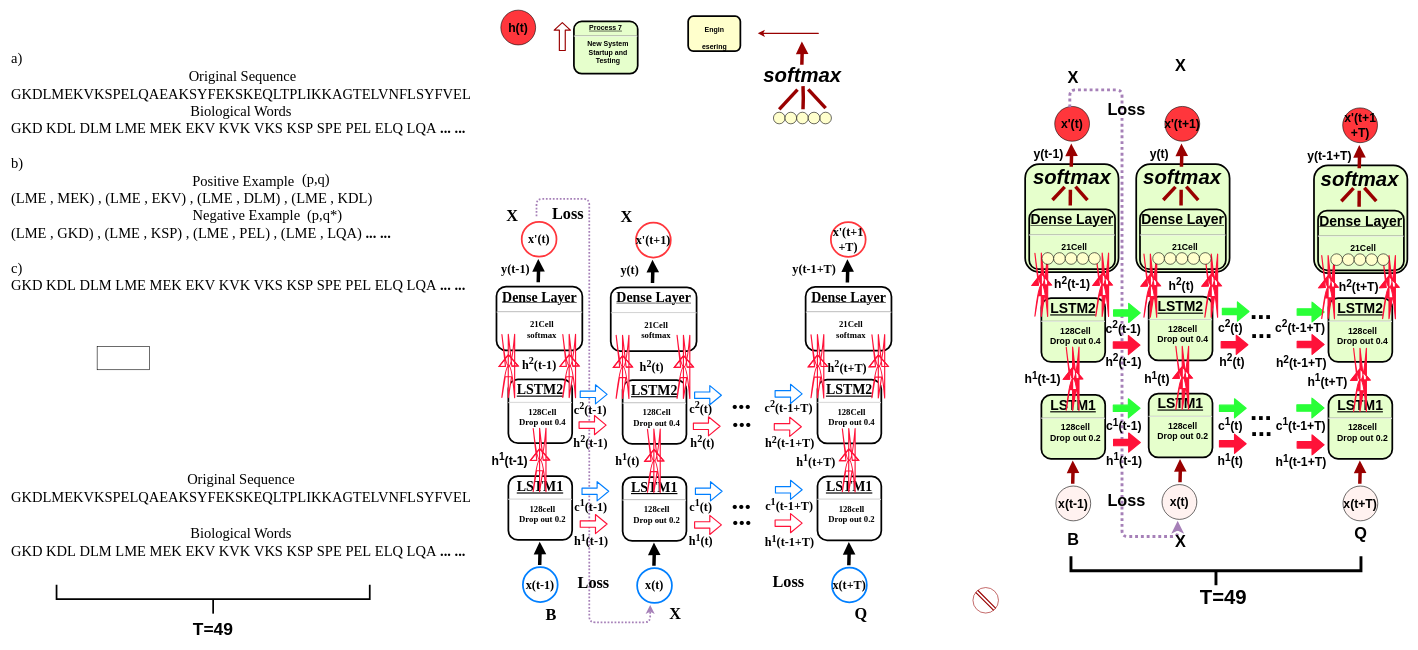
This is Untitled Diagram.drawio from chenjgui/Flow-chat, a draw.io file, before an edit. Source tidied: cells renumbered, new cells numbered last; positions are measured from the earlier drawing's top-left corner, leaving out a move shared by most shapes. Both pictures are drawn from the tidied source at 58%, with x=0, y=0 at pixel (10, 10).
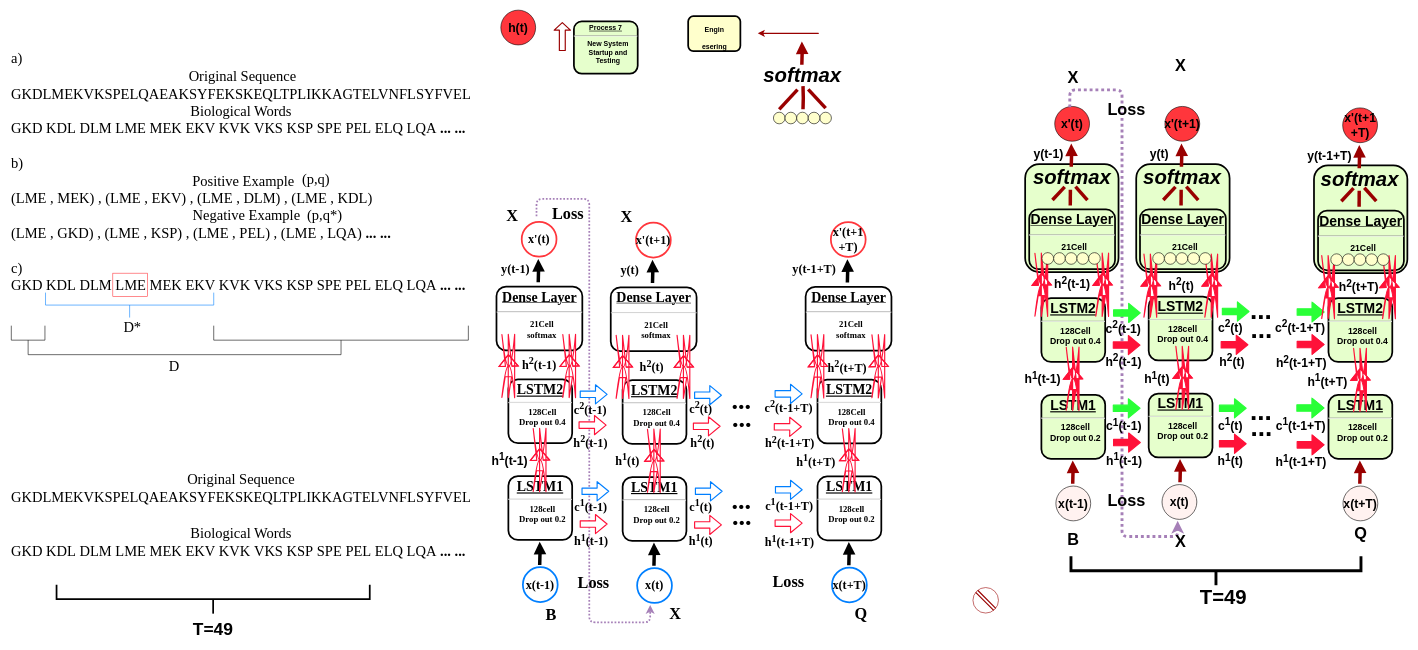
The same page after the edit.

Change to the diagram source:
```diff
@@
     <mxCell id="219" value="&lt;div style=&quot;text-align: left ; font-size: 25px&quot;&gt;&lt;font face=&quot;Times New Roman&quot; style=&quot;font-size: 25px&quot;&gt;a)&lt;/font&gt;&lt;/div&gt;&lt;div style=&quot;text-align: left ; font-size: 25px&quot;&gt;&lt;font face=&quot;Times New Roman&quot; style=&quot;font-size: 25px&quot;&gt;&amp;nbsp; &amp;nbsp; &amp;nbsp; &amp;nbsp; &amp;nbsp; &amp;nbsp; &amp;nbsp; &amp;nbsp; &amp;nbsp; &amp;nbsp; &amp;nbsp; &amp;nbsp; &amp;nbsp; &amp;nbsp; &amp;nbsp; &amp;nbsp; &amp;nbsp; &amp;nbsp; &amp;nbsp; &amp;nbsp; &amp;nbsp; &amp;nbsp; &amp;nbsp; &amp;nbsp; &amp;nbsp;Original Sequence&lt;/font&gt;&lt;/div&gt;&lt;div style=&quot;font-size: 25px&quot;&gt;&lt;font face=&quot;Times New Roman&quot; style=&quot;font-size: 25px&quot;&gt;&lt;span&gt;GKDLMEKVKSPELQAEAKSYFEKSKEQLTPLIKKAGTELVNFLSYFVEL&lt;/span&gt;&lt;/font&gt;&lt;/div&gt;&lt;font face=&quot;Times New Roman&quot; style=&quot;font-size: 25px&quot;&gt;&lt;font style=&quot;font-size: 25px&quot;&gt;&lt;div style=&quot;text-align: center&quot;&gt;&lt;span&gt;&lt;font style=&quot;font-size: 25px&quot;&gt;Biological Words&lt;/font&gt;&lt;/span&gt;&lt;/div&gt;&lt;font style=&quot;font-size: 25px&quot;&gt;&lt;font style=&quot;font-size: 25px&quot;&gt;&lt;span&gt;GKD&amp;nbsp;&lt;/span&gt;&lt;/font&gt;&lt;span&gt;KDL&amp;nbsp;&lt;/span&gt;&lt;span&gt;DLM&amp;nbsp;&lt;/span&gt;&lt;span&gt;LME&amp;nbsp;&lt;/span&gt;&lt;span&gt;MEK&amp;nbsp;&lt;/span&gt;&lt;span&gt;EKV&amp;nbsp;&lt;/span&gt;&lt;font style=&quot;font-size: 25px&quot;&gt;&lt;span&gt;KVK&amp;nbsp;&lt;/span&gt;&lt;/font&gt;&lt;span&gt;VKS&amp;nbsp;&lt;/span&gt;&lt;span&gt;KSP&amp;nbsp;&lt;/span&gt;&lt;font style=&quot;font-size: 25px&quot;&gt;&lt;span&gt;SPE&amp;nbsp;&lt;/span&gt;&lt;/font&gt;&lt;span&gt;PEL&amp;nbsp;&lt;/span&gt;&lt;span&gt;ELQ&amp;nbsp;LQA&amp;nbsp;&lt;/span&gt;&lt;font style=&quot;font-size: 25px&quot;&gt;&lt;b&gt;... ...&lt;/b&gt;&lt;/font&gt;&lt;br&gt;&lt;/font&gt;&lt;div&gt;&lt;span&gt;&lt;font style=&quot;font-size: 25px&quot;&gt;&lt;br&gt;&lt;/font&gt;&lt;/span&gt;&lt;/div&gt;&lt;div&gt;&lt;span&gt;&lt;font style=&quot;font-size: 25px&quot;&gt;b)&lt;/font&gt;&lt;/span&gt;&lt;/div&gt;&lt;div&gt;&lt;span&gt;&lt;font style=&quot;font-size: 25px&quot;&gt;&amp;nbsp; &amp;nbsp; &amp;nbsp; &amp;nbsp; &amp;nbsp; &amp;nbsp; &amp;nbsp; &amp;nbsp; &amp;nbsp; &amp;nbsp; &amp;nbsp; &amp;nbsp; &amp;nbsp; &amp;nbsp; &amp;nbsp; &amp;nbsp; &amp;nbsp; &amp;nbsp; &amp;nbsp; &amp;nbsp; &amp;nbsp; &amp;nbsp; &amp;nbsp; &amp;nbsp; &amp;nbsp; Positive Example&lt;/font&gt;&lt;/span&gt;&lt;/div&gt;&lt;div&gt;&lt;span&gt;&lt;font style=&quot;font-size: 25px&quot;&gt;(LME , MEK) , (LME , EKV) , (LME , DLM) , (LME , KDL)&lt;/font&gt;&lt;/span&gt;&lt;/div&gt;&lt;div style=&quot;text-align: center&quot;&gt;&lt;span&gt;&lt;font style=&quot;font-size: 25px&quot;&gt;&amp;nbsp; &amp;nbsp;Negative Example&lt;/font&gt;&lt;/span&gt;&lt;/div&gt;&lt;div&gt;&lt;font style=&quot;font-size: 25px&quot;&gt;&lt;font style=&quot;font-size: 25px&quot;&gt;(LME , GKD) , (LME , KSP) , (LME , PEL) , (LME , LQA&lt;/font&gt;) &lt;font style=&quot;font-size: 25px&quot;&gt;&lt;b&gt;... ...&lt;/b&gt;&lt;/font&gt;&lt;/font&gt;&lt;br&gt;&lt;/div&gt;&lt;div&gt;&lt;font style=&quot;font-size: 25px&quot;&gt;&lt;font style=&quot;font-size: 25px&quot;&gt;&lt;b&gt;&lt;br&gt;&lt;/b&gt;&lt;/font&gt;&lt;/font&gt;&lt;/div&gt;&lt;div&gt;&lt;font style=&quot;font-size: 25px&quot;&gt;&lt;font style=&quot;font-size: 25px&quot;&gt;c)&lt;b&gt;&lt;br&gt;&lt;/b&gt;&lt;/font&gt;&lt;/font&gt;&lt;/div&gt;&lt;div&gt;&lt;font style=&quot;font-size: 25px&quot;&gt;&lt;font style=&quot;font-size: 25px&quot;&gt;GKD&amp;nbsp;KDL&amp;nbsp;DLM&amp;nbsp;LME&amp;nbsp;MEK&amp;nbsp;EKV&amp;nbsp;KVK&amp;nbsp;VKS&amp;nbsp;KSP&amp;nbsp;SPE&amp;nbsp;PEL&amp;nbsp;ELQ&amp;nbsp;LQA&amp;nbsp;&lt;b&gt;... ...&lt;/b&gt;&lt;br&gt;&lt;/font&gt;&lt;/font&gt;&lt;/div&gt;&lt;/font&gt;&lt;/font&gt;" style="text;html=1;strokeColor=none;fillColor=none;align=left;verticalAlign=top;whiteSpace=wrap;rounded=0;" parent="1" vertex="1">
-      <mxGeometry y="60" width="802" height="540" as="geometry" />
+      <mxGeometry y="60" width="802" height="580" as="geometry" />
     </mxCell>
@@
-    <mxCell id="222" style="rounded=0;whiteSpace=wrap;html=1;fontFamily=Times New Roman;fontSize=25;gradientColor=none;" parent="1" vertex="1">
-      <mxGeometry x="150" y="580" width="90" height="40" as="geometry" />
+    <mxCell id="222" style="rounded=0;whiteSpace=wrap;html=1;fontFamily=Times New Roman;fontSize=25;gradientColor=none;fillColor=none;strokeColor=#FF363C;" parent="1" vertex="1">
+      <mxGeometry x="177" y="453.5" width="60" height="40" as="geometry" />
     </mxCell>
+    <mxCell id="223" style="strokeWidth=1;html=1;shape=mxgraph.flowchart.annotation_2;align=left;rounded=0;shadow=0;glass=0;comic=0;fillColor=none;direction=north;strokeColor=#007FFF;" parent="1" vertex="1">
+      <mxGeometry x="61" y="487" width="290" height="43" as="geometry" />
+    </mxCell>
+    <mxCell id="224" style="strokeWidth=1;html=1;shape=mxgraph.flowchart.annotation_2;align=left;rounded=0;shadow=0;glass=0;comic=0;fillColor=none;direction=north;" parent="1" vertex="1">
+      <mxGeometry x="2" y="544" width="58" height="50" as="geometry" />
+    </mxCell>
+    <mxCell id="225" style="strokeWidth=1;html=1;shape=mxgraph.flowchart.annotation_2;align=left;rounded=0;shadow=0;glass=0;comic=0;fillColor=#FFFFCC;direction=north;" parent="1" vertex="1">
+      <mxGeometry x="351" y="544" width="439" height="50" as="geometry" />
+    </mxCell>
+    <mxCell id="226" value="&lt;font style=&quot;font-size: 25px&quot;&gt;D*&lt;/font&gt;" style="text;html=1;strokeColor=none;fillColor=none;align=center;verticalAlign=middle;whiteSpace=wrap;rounded=0;fontFamily=Times New Roman;fontSize=25;" parent="1" vertex="1">
+      <mxGeometry x="191" y="524" width="40" height="46" as="geometry" />
+    </mxCell>
+    <mxCell id="227" style="endArrow=none;html=1;entryX=0;entryY=0.5;entryDx=0;entryDy=0;entryPerimeter=0;exitX=0;exitY=0.5;exitDx=0;exitDy=0;exitPerimeter=0;endFill=0;" parent="1" edge="1" source="224" target="225">
+      <mxGeometry relative="1" as="geometry" />
+    </mxCell>
+    <mxCell id="228" value="&lt;font style=&quot;font-size: 25px&quot;&gt;D&lt;/font&gt;" style="text;html=1;strokeColor=none;fillColor=none;align=center;verticalAlign=middle;whiteSpace=wrap;rounded=0;fontFamily=Times New Roman;fontSize=25;" parent="1" vertex="1">
+      <mxGeometry x="263" y="589.5" width="40" height="46" as="geometry" />
+    </mxCell>
```
